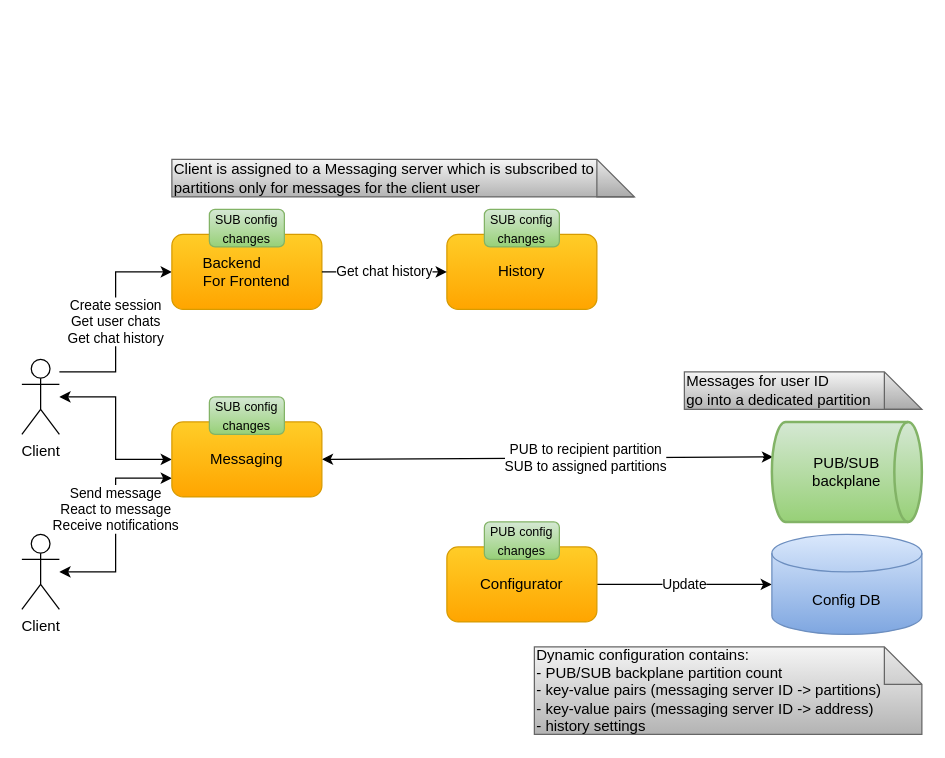
This is docs/diagrams/cecochat-06-configuration.drawio from cvetomir-todorov/CecoChat, a draw.io file, before an edit. Source tidied: cells renumbered, new cells numbered last; positions are measured from the earlier drawing's top-left corner, leaving out a move shared by most shapes. Both pictures are drawn from the tidied source at 125%, with x=0, y=0 at pixel (21, 159).
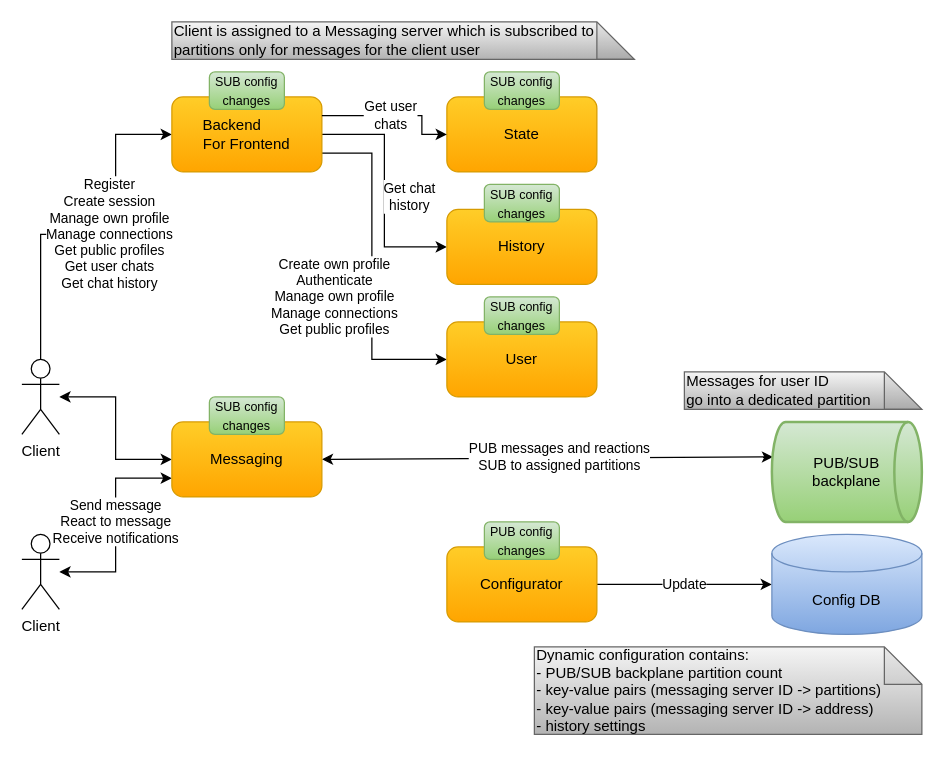
The same diagram, later.

The change refers to these unchanged cells:
```xml
<mxCell id="7" value="Client" style="shape=umlActor;verticalLabelPosition=bottom;verticalAlign=top;html=1;outlineConnect=0;" parent="1" vertex="1">
  <mxGeometry y="160" width="30" height="60" as="geometry" />
</mxCell>
<mxCell id="9" value="Client" style="shape=umlActor;verticalLabelPosition=bottom;verticalAlign=top;html=1;outlineConnect=0;" parent="1" vertex="1">
  <mxGeometry y="300" width="30" height="60" as="geometry" />
</mxCell>
<mxCell id="11" value="&lt;font style=&quot;font-size: 12px&quot;&gt;Messaging&lt;/font&gt;" style="rounded=1;whiteSpace=wrap;html=1;gradientColor=#ffa500;fillColor=#ffcd28;strokeColor=#d79b00;" parent="1" vertex="1">
  <mxGeometry x="120" y="210" width="120" height="60" as="geometry" />
</mxCell>
<mxCell id="12" value="PUB/SUB&lt;br&gt;backplane" style="strokeWidth=2;html=1;shape=mxgraph.flowchart.direct_data;whiteSpace=wrap;gradientColor=#97d077;fillColor=#d5e8d4;strokeColor=#82b366;" parent="1" vertex="1">
  <mxGeometry x="600" y="210" width="120" height="80" as="geometry" />
</mxCell>
```

The edit, as a diff of the source:
```diff
@@
     <mxCell id="4" value="Client is assigned to a Messaging server which is subscribed to partitions only for messages for the client user" style="shape=note;whiteSpace=wrap;html=1;backgroundOutline=1;darkOpacity=0.05;align=left;gradientColor=#b3b3b3;fillColor=#f5f5f5;strokeColor=#666666;" parent="1" vertex="1">
-      <mxGeometry x="120" width="370" height="30" as="geometry" />
+      <mxGeometry x="120" y="-110" width="370" height="30" as="geometry" />
     </mxCell>
@@
-    <mxCell id="6" value="Create session&lt;br&gt;Get user chats&lt;br&gt;Get chat history" style="edgeStyle=orthogonalEdgeStyle;rounded=0;jettySize=auto;html=1;entryX=0;entryY=0.5;entryDx=0;entryDy=0;" parent="1" edge="1" source="7" target="19">
-      <mxGeometry relative="1" as="geometry">
+    <mxCell id="6" value="Register&lt;br style=&quot;border-color: var(--border-color);&quot;&gt;Create session&lt;br style=&quot;border-color: var(--border-color);&quot;&gt;Manage own&amp;nbsp;profile&lt;br style=&quot;border-color: var(--border-color);&quot;&gt;Manage connections&lt;br style=&quot;border-color: var(--border-color);&quot;&gt;Get public profiles&lt;br style=&quot;border-color: var(--border-color);&quot;&gt;Get user chats&lt;br style=&quot;border-color: var(--border-color);&quot;&gt;Get chat history" style="edgeStyle=orthogonalEdgeStyle;rounded=0;jettySize=auto;html=1;entryX=0;entryY=0.5;entryDx=0;entryDy=0;" parent="1" edge="1" source="7" target="19">
+      <mxGeometry x="0.09" relative="1" as="geometry">
         <Array as="points">
-          <mxPoint x="75" y="170" />
-          <mxPoint x="75" y="90" />
+          <mxPoint x="75" y="60" />
+          <mxPoint x="75" y="-20" />
         </Array>
       </mxGeometry>
     </mxCell>
@@
     <mxCell id="8" value="Send message&lt;br&gt;React to message&lt;br&gt;Receive notifications" style="edgeStyle=orthogonalEdgeStyle;rounded=0;jettySize=auto;html=1;entryX=0;entryY=0.75;entryDx=0;entryDy=0;startArrow=classic;startFill=1;" parent="1" edge="1" source="9" target="11">
-      <mxGeometry x="0.15" relative="1" as="geometry" />
+      <mxGeometry x="0.03" relative="1" as="geometry" />
     </mxCell>
@@
-    <mxCell id="10" value="PUB to recipient partition&lt;br&gt;&lt;div&gt;SUB to assigned partitions&lt;/div&gt;" style="rounded=0;jettySize=auto;html=1;entryX=0.008;entryY=0.35;entryDx=0;entryDy=0;entryPerimeter=0;startArrow=classic;startFill=1;exitX=1;exitY=0.5;exitDx=0;exitDy=0;" parent="1" edge="1" source="11" target="12">
-      <mxGeometry x="0.17" relative="1" as="geometry" />
+    <mxCell id="10" value="PUB messages and reactions&lt;br&gt;&lt;div&gt;SUB to assigned partitions&lt;/div&gt;" style="rounded=0;jettySize=auto;html=1;entryX=0.008;entryY=0.35;entryDx=0;entryDy=0;entryPerimeter=0;startArrow=classic;startFill=1;exitX=1;exitY=0.5;exitDx=0;exitDy=0;" parent="1" edge="1" source="11" target="12">
+      <mxGeometry x="0.05" y="1" relative="1" as="geometry" />
     </mxCell>
@@
-    <mxCell id="16" value="&lt;font style=&quot;font-size: 12px&quot;&gt;History&lt;/font&gt;" style="rounded=1;whiteSpace=wrap;html=1;gradientColor=#ffa500;fillColor=#ffcd28;strokeColor=#d79b00;" parent="1" vertex="1">
-      <mxGeometry x="340" y="60" width="120" height="60" as="geometry" />
+    <mxCell id="16" value="&lt;font style=&quot;font-size: 12px&quot;&gt;State&lt;/font&gt;" style="rounded=1;whiteSpace=wrap;html=1;gradientColor=#ffa500;fillColor=#ffcd28;strokeColor=#d79b00;" parent="1" vertex="1">
+      <mxGeometry x="340" y="-50" width="120" height="60" as="geometry" />
     </mxCell>
@@
+    <mxCell id="23" value="Get chat&lt;br style=&quot;border-color: var(--border-color);&quot;&gt;history" style="edgeStyle=orthogonalEdgeStyle;rounded=0;jettySize=auto;html=1;entryX=0;entryY=0.5;entryDx=0;entryDy=0;" parent="1" edge="1" source="19" target="25">
+      <mxGeometry x="0.05" y="20" relative="1" as="geometry">
+        <Array as="points">
+          <mxPoint x="290" y="-20" />
+          <mxPoint x="290" y="70" />
+        </Array>
+      </mxGeometry>
+    </mxCell>
+    <mxCell id="24" value="Create own profile&lt;br style=&quot;border-color: var(--border-color);&quot;&gt;Authenticate&lt;br style=&quot;border-color: var(--border-color);&quot;&gt;Manage own profile&lt;br style=&quot;border-color: var(--border-color);&quot;&gt;Manage connections&lt;br style=&quot;border-color: var(--border-color);&quot;&gt;Get public profiles" style="edgeStyle=orthogonalEdgeStyle;rounded=0;jettySize=auto;html=1;entryX=0;entryY=0.5;entryDx=0;entryDy=0;exitX=1;exitY=0.75;exitDx=0;exitDy=0;" parent="1" edge="1" source="19" target="27">
+      <mxGeometry x="0.17" y="-30" relative="1" as="geometry">
+        <Array as="points">
+          <mxPoint x="280" y="-5" />
+          <mxPoint x="280" y="160" />
+        </Array>
+      </mxGeometry>
+    </mxCell>
     <mxCell id="19" value="&lt;font style=&quot;font-size: 12px&quot;&gt;Backend&amp;nbsp; &amp;nbsp; &amp;nbsp; &amp;nbsp;&lt;br&gt;For Frontend&lt;/font&gt;" style="rounded=1;whiteSpace=wrap;html=1;gradientColor=#ffa500;fillColor=#ffcd28;strokeColor=#d79b00;" parent="1" vertex="1">
-      <mxGeometry x="120" y="60" width="120" height="60" as="geometry" />
+      <mxGeometry x="120" y="-50" width="120" height="60" as="geometry" />
     </mxCell>
     <mxCell id="20" value="&lt;font style=&quot;font-size: 10px&quot;&gt;SUB config&lt;br&gt;changes&lt;/font&gt;" style="rounded=1;whiteSpace=wrap;html=1;gradientColor=#97d077;fillColor=#d5e8d4;strokeColor=#82b366;" parent="1" vertex="1">
-      <mxGeometry x="150" y="40" width="60" height="30" as="geometry" />
+      <mxGeometry x="150" y="-70" width="60" height="30" as="geometry" />
     </mxCell>
-    <mxCell id="21" value="Get chat history" style="endArrow=classic;html=1;exitX=1;exitY=0.5;exitDx=0;exitDy=0;entryX=0;entryY=0.5;entryDx=0;entryDy=0;" parent="1" edge="1" source="19" target="16">
-      <mxGeometry relative="1" as="geometry" />
+    <mxCell id="21" value="Get user&lt;br style=&quot;border-color: var(--border-color);&quot;&gt;chats" style="endArrow=classic;html=1;exitX=1;exitY=0.25;exitDx=0;exitDy=0;entryX=0;entryY=0.5;entryDx=0;entryDy=0;edgeStyle=orthogonalEdgeStyle;rounded=0;" parent="1" edge="1" source="19" target="16">
+      <mxGeometry x="-0.13" y="-5" relative="1" as="geometry">
+        <Array as="points">
+          <mxPoint x="320" y="-35" />
+          <mxPoint x="320" y="-20" />
+        </Array>
+        <mxPoint x="5" y="-5" as="offset" />
+      </mxGeometry>
     </mxCell>
     <mxCell id="22" value="&lt;font style=&quot;font-size: 10px&quot;&gt;SUB config&lt;br&gt;changes&lt;/font&gt;" style="rounded=1;whiteSpace=wrap;html=1;gradientColor=#97d077;fillColor=#d5e8d4;strokeColor=#82b366;" parent="1" vertex="1">
-      <mxGeometry x="370" y="40" width="60" height="30" as="geometry" />
+      <mxGeometry x="370" y="-70" width="60" height="30" as="geometry" />
     </mxCell>
+    <mxCell id="25" value="&lt;font style=&quot;font-size: 12px&quot;&gt;History&lt;/font&gt;" style="rounded=1;whiteSpace=wrap;html=1;gradientColor=#ffa500;fillColor=#ffcd28;strokeColor=#d79b00;" parent="1" vertex="1">
+      <mxGeometry x="340" y="40" width="120" height="60" as="geometry" />
+    </mxCell>
+    <mxCell id="26" value="&lt;font style=&quot;font-size: 10px&quot;&gt;SUB config&lt;br&gt;changes&lt;/font&gt;" style="rounded=1;whiteSpace=wrap;html=1;gradientColor=#97d077;fillColor=#d5e8d4;strokeColor=#82b366;" parent="1" vertex="1">
+      <mxGeometry x="370" y="20" width="60" height="30" as="geometry" />
+    </mxCell>
+    <mxCell id="27" value="&lt;font style=&quot;font-size: 12px&quot;&gt;User&lt;/font&gt;" style="rounded=1;whiteSpace=wrap;html=1;gradientColor=#ffa500;fillColor=#ffcd28;strokeColor=#d79b00;" parent="1" vertex="1">
+      <mxGeometry x="340" y="130" width="120" height="60" as="geometry" />
+    </mxCell>
+    <mxCell id="28" value="&lt;font style=&quot;font-size: 10px&quot;&gt;SUB config&lt;br&gt;changes&lt;/font&gt;" style="rounded=1;whiteSpace=wrap;html=1;gradientColor=#97d077;fillColor=#d5e8d4;strokeColor=#82b366;" parent="1" vertex="1">
+      <mxGeometry x="370" y="110" width="60" height="30" as="geometry" />
+    </mxCell>
```
